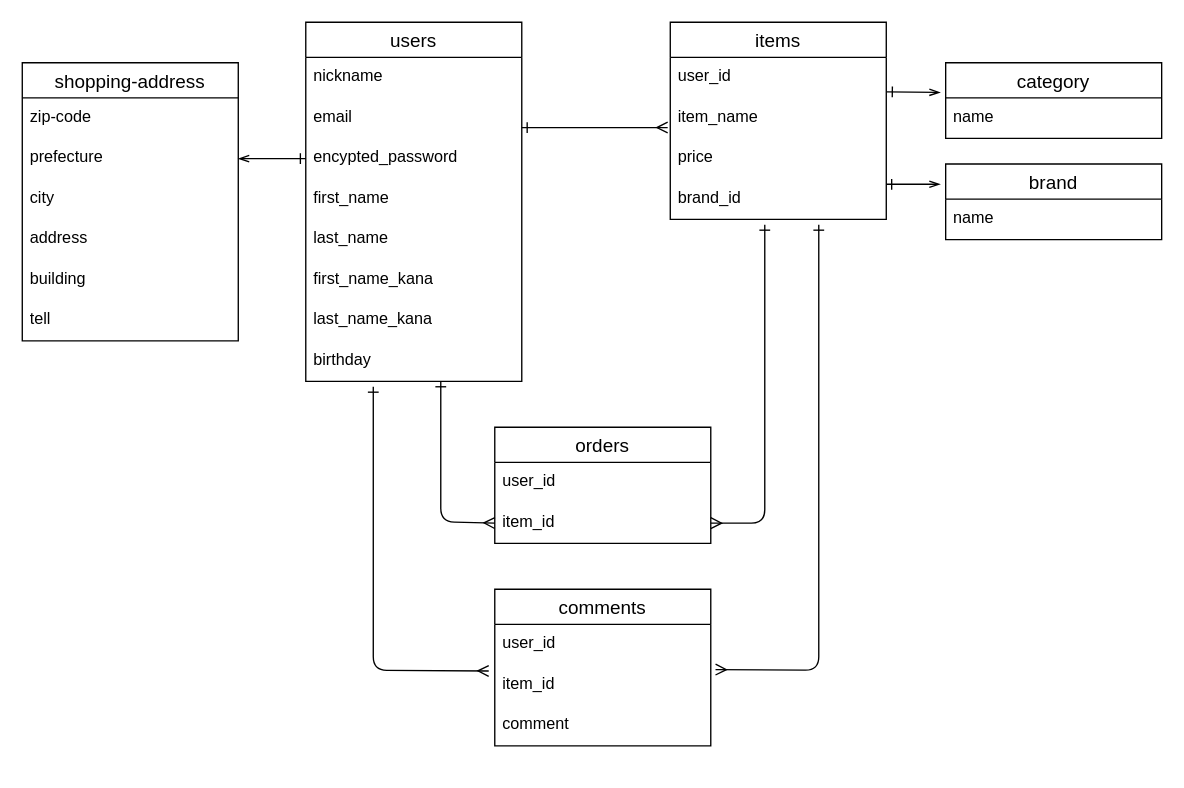
manami0624/furima-39355 keeps this draw.io diagram as test.dio. Above is the earlier version. Source tidied: cells renumbered, new cells numbered last; positions are measured from the earlier drawing's top-left corner, leaving out a move shared by most shapes. Both pictures are drawn from the tidied source at 135%, with x=0, y=0 at pixel (22, 22).
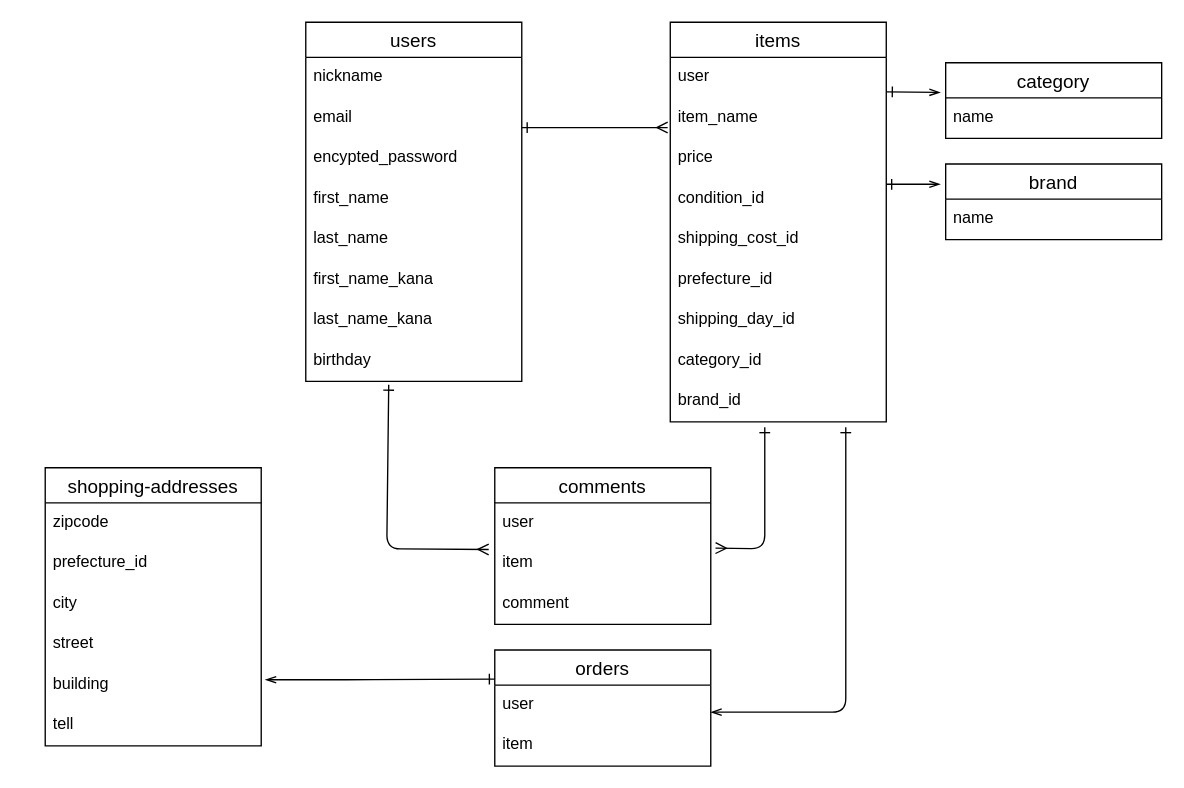
The same diagram, later.

Unchanged cells that the change refers to:
```xml
<mxCell id="21" value="encypted_password" style="text;strokeColor=none;fillColor=none;spacingLeft=4;spacingRight=4;overflow=hidden;points=[[0,0.5],[1,0.5]];portConstraint=eastwest;fontSize=12;" parent="18" vertex="1">
  <mxGeometry y="86" width="160" height="30" as="geometry" />
</mxCell>
<mxCell id="26" value="birthday" style="text;strokeColor=none;fillColor=none;spacingLeft=4;spacingRight=4;overflow=hidden;points=[[0,0.5],[1,0.5]];portConstraint=eastwest;fontSize=12;" parent="18" vertex="1">
  <mxGeometry y="236" width="160" height="30" as="geometry" />
</mxCell>
```

Change to the diagram source:
```diff
@@
-    <mxCell id="3" style="edgeStyle=none;html=1;endArrow=ERmany;endFill=0;startArrow=ERone;startFill=0;entryX=-0.028;entryY=0.15;entryDx=0;entryDy=0;entryPerimeter=0;" parent="1" edge="1" target="11">
+    <mxCell id="3" style="edgeStyle=none;html=1;endArrow=ERmany;endFill=0;startArrow=ERone;startFill=0;entryX=-0.028;entryY=0.15;entryDx=0;entryDy=0;entryPerimeter=0;exitX=0.384;exitY=1.083;exitDx=0;exitDy=0;exitPerimeter=0;" parent="1" edge="1" source="26" target="11">
       <mxGeometry relative="1" as="geometry">
-        <mxPoint x="260" y="270" as="sourcePoint" />
         <Array as="points">
-          <mxPoint x="260" y="480" />
+          <mxPoint x="270" y="390" />
         </Array>
       </mxGeometry>
     </mxCell>
@@
     <mxCell id="8" style="edgeStyle=none;html=1;startArrow=ERone;startFill=0;endArrow=ERmany;endFill=0;entryX=1.022;entryY=0.117;entryDx=0;entryDy=0;entryPerimeter=0;" parent="1" edge="1" target="11">
       <mxGeometry relative="1" as="geometry">
-        <mxPoint x="590" y="150" as="sourcePoint" />
+        <mxPoint x="550" y="300" as="sourcePoint" />
         <Array as="points">
-          <mxPoint x="590" y="480" />
+          <mxPoint x="550" y="390" />
         </Array>
       </mxGeometry>
     </mxCell>
     <mxCell id="9" value="comments" style="swimlane;fontStyle=0;horizontal=1;startSize=26;align=center;fontSize=14;" parent="1" vertex="1">
-      <mxGeometry x="350" y="420" width="160" height="116" as="geometry" />
+      <mxGeometry x="350" y="330" width="160" height="116" as="geometry" />
     </mxCell>
-    <mxCell id="10" value="user_id" style="text;strokeColor=none;fillColor=none;spacingLeft=4;spacingRight=4;overflow=hidden;fontSize=12;" parent="9" vertex="1">
+    <mxCell id="10" value="user" style="text;strokeColor=none;fillColor=none;spacingLeft=4;spacingRight=4;overflow=hidden;fontSize=12;" parent="9" vertex="1">
       <mxGeometry y="26" width="160" height="30" as="geometry" />
     </mxCell>
-    <mxCell id="11" value="item_id" style="text;strokeColor=none;fillColor=none;spacingLeft=4;spacingRight=4;overflow=hidden;points=[[0,0.5],[1,0.5]];portConstraint=eastwest;fontSize=12;" parent="9" vertex="1">
+    <mxCell id="11" value="item" style="text;strokeColor=none;fillColor=none;spacingLeft=4;spacingRight=4;overflow=hidden;points=[[0,0.5],[1,0.5]];portConstraint=eastwest;fontSize=12;" parent="9" vertex="1">
       <mxGeometry y="56" width="160" height="30" as="geometry" />
     </mxCell>
@@
     <mxCell id="13" value="items" style="swimlane;fontStyle=0;horizontal=1;startSize=26;align=center;fontSize=14;" parent="1" vertex="1">
-      <mxGeometry x="480" width="160" height="146" as="geometry" />
+      <mxGeometry x="480" width="160" height="296" as="geometry" />
     </mxCell>
-    <mxCell id="14" value="user_id" style="text;strokeColor=none;fillColor=none;spacingLeft=4;spacingRight=4;overflow=hidden;points=[[0,0.5],[1,0.5]];portConstraint=eastwest;fontSize=12;" parent="13" vertex="1">
+    <mxCell id="14" value="user" style="text;strokeColor=none;fillColor=none;spacingLeft=4;spacingRight=4;overflow=hidden;points=[[0,0.5],[1,0.5]];portConstraint=eastwest;fontSize=12;" parent="13" vertex="1">
       <mxGeometry y="26" width="160" height="30" as="geometry" />
     </mxCell>
@@
+    <mxCell id="42" value="condition_id" style="text;strokeColor=none;fillColor=none;spacingLeft=4;spacingRight=4;overflow=hidden;fontSize=12;" parent="13" vertex="1">
+      <mxGeometry y="116" width="160" height="30" as="geometry" />
+    </mxCell>
+    <mxCell id="43" value="shipping_cost_id" style="text;strokeColor=none;fillColor=none;spacingLeft=4;spacingRight=4;overflow=hidden;fontSize=12;" parent="13" vertex="1">
+      <mxGeometry y="146" width="160" height="30" as="geometry" />
+    </mxCell>
+    <mxCell id="44" value="prefecture_id" style="text;strokeColor=none;fillColor=none;spacingLeft=4;spacingRight=4;overflow=hidden;fontSize=12;" parent="13" vertex="1">
+      <mxGeometry y="176" width="160" height="30" as="geometry" />
+    </mxCell>
+    <mxCell id="45" value="shipping_day_id" style="text;strokeColor=none;fillColor=none;spacingLeft=4;spacingRight=4;overflow=hidden;fontSize=12;" parent="13" vertex="1">
+      <mxGeometry y="206" width="160" height="30" as="geometry" />
+    </mxCell>
-    <mxCell id="17" value="brand_id" style="text;strokeColor=none;fillColor=none;spacingLeft=4;spacingRight=4;overflow=hidden;fontSize=12;" parent="13" vertex="1">
-      <mxGeometry y="116" width="160" height="30" as="geometry" />
+    <mxCell id="17" value="category_id" style="text;strokeColor=none;fillColor=none;spacingLeft=4;spacingRight=4;overflow=hidden;fontSize=12;" parent="13" vertex="1">
+      <mxGeometry y="236" width="160" height="30" as="geometry" />
     </mxCell>
+    <mxCell id="46" value="brand_id" style="text;strokeColor=none;fillColor=none;spacingLeft=4;spacingRight=4;overflow=hidden;fontSize=12;" parent="13" vertex="1">
+      <mxGeometry y="266" width="160" height="30" as="geometry" />
+    </mxCell>
@@
     <mxCell id="27" value="orders" style="swimlane;fontStyle=0;horizontal=1;startSize=26;align=center;fontSize=14;" parent="1" vertex="1">
-      <mxGeometry x="350" y="300" width="160" height="86" as="geometry" />
+      <mxGeometry x="350" y="465" width="160" height="86" as="geometry" />
     </mxCell>
-    <mxCell id="28" value="user_id" style="text;strokeColor=none;fillColor=none;spacingLeft=4;spacingRight=4;overflow=hidden;fontSize=12;" parent="27" vertex="1">
-      <mxGeometry y="26" width="160" height="30" as="geometry" />
-    </mxCell>
+    <mxCell id="47" value="user" style="text;strokeColor=none;fillColor=none;spacingLeft=4;spacingRight=4;overflow=hidden;fontSize=12;" parent="27" vertex="1">
+      <mxGeometry y="26" width="160" height="30" as="geometry" />
+    </mxCell>
-    <mxCell id="29" value="item_id" style="text;strokeColor=none;fillColor=none;spacingLeft=4;spacingRight=4;overflow=hidden;points=[[0,0.5],[1,0.5]];portConstraint=eastwest;fontSize=12;" parent="27" vertex="1">
+    <mxCell id="29" value="item" style="text;strokeColor=none;fillColor=none;spacingLeft=4;spacingRight=4;overflow=hidden;points=[[0,0.5],[1,0.5]];portConstraint=eastwest;fontSize=12;" parent="27" vertex="1">
       <mxGeometry y="56" width="160" height="30" as="geometry" />
     </mxCell>
-    <mxCell id="30" value="shopping-address" style="swimlane;fontStyle=0;horizontal=1;startSize=26;align=center;fontSize=14;" parent="1" vertex="1">
-      <mxGeometry y="30" width="160" height="206" as="geometry" />
+    <mxCell id="30" value="shopping-addresses" style="swimlane;fontStyle=0;horizontal=1;startSize=26;align=center;fontSize=14;" parent="1" vertex="1">
+      <mxGeometry x="17" y="330" width="160" height="206" as="geometry" />
     </mxCell>
-    <mxCell id="31" value="zip-code" style="text;strokeColor=none;fillColor=none;spacingLeft=4;spacingRight=4;overflow=hidden;fontSize=12;" parent="30" vertex="1">
+    <mxCell id="31" value="zipcode" style="text;strokeColor=none;fillColor=none;spacingLeft=4;spacingRight=4;overflow=hidden;fontSize=12;" parent="30" vertex="1">
       <mxGeometry y="26" width="160" height="30" as="geometry" />
     </mxCell>
-    <mxCell id="32" value="prefecture" style="text;strokeColor=none;fillColor=none;spacingLeft=4;spacingRight=4;overflow=hidden;points=[[0,0.5],[1,0.5]];portConstraint=eastwest;fontSize=12;" parent="30" vertex="1">
+    <mxCell id="32" value="prefecture_id" style="text;strokeColor=none;fillColor=none;spacingLeft=4;spacingRight=4;overflow=hidden;points=[[0,0.5],[1,0.5]];portConstraint=eastwest;fontSize=12;" parent="30" vertex="1">
       <mxGeometry y="56" width="160" height="30" as="geometry" />
     </mxCell>
@@
-    <mxCell id="34" value="address" style="text;strokeColor=none;fillColor=none;spacingLeft=4;spacingRight=4;overflow=hidden;fontSize=12;" parent="30" vertex="1">
+    <mxCell id="34" value="street" style="text;strokeColor=none;fillColor=none;spacingLeft=4;spacingRight=4;overflow=hidden;fontSize=12;" parent="30" vertex="1">
       <mxGeometry y="116" width="160" height="30" as="geometry" />
     </mxCell>
@@
-    <mxCell id="37" style="edgeStyle=none;html=1;exitX=0;exitY=0.5;exitDx=0;exitDy=0;entryX=1;entryY=0.5;entryDx=0;entryDy=0;endArrow=openThin;endFill=0;startArrow=ERone;startFill=0;" parent="1" edge="1" source="21" target="32">
-      <mxGeometry relative="1" as="geometry" />
-    </mxCell>
-    <mxCell id="38" style="edgeStyle=none;html=1;endArrow=ERmany;endFill=0;startArrow=ERone;startFill=0;entryX=0;entryY=0.5;entryDx=0;entryDy=0;" parent="1" edge="1" target="29">
-      <mxGeometry relative="1" as="geometry">
-        <mxPoint x="310" y="266" as="sourcePoint" />
-        <Array as="points">
-          <mxPoint x="310" y="370" />
-        </Array>
-      </mxGeometry>
-    </mxCell>
-    <mxCell id="39" style="edgeStyle=none;html=1;startArrow=ERone;startFill=0;endArrow=ERmany;endFill=0;entryX=1;entryY=0.5;entryDx=0;entryDy=0;" parent="1" edge="1" target="29">
+    <mxCell id="39" style="edgeStyle=none;html=1;startArrow=ERone;startFill=0;endArrow=openThin;endFill=0;entryX=1;entryY=0.5;entryDx=0;entryDy=0;" parent="1" edge="1">
       <mxGeometry relative="1" as="geometry">
-        <mxPoint x="550" y="150" as="sourcePoint" />
+        <mxPoint x="610" y="300" as="sourcePoint" />
+        <mxPoint x="510" y="511" as="targetPoint" />
         <Array as="points">
-          <mxPoint x="550" y="371" />
+          <mxPoint x="610" y="511" />
         </Array>
       </mxGeometry>
     </mxCell>
@@
+    <mxCell id="48" style="edgeStyle=none;html=1;startArrow=ERone;startFill=0;endArrow=openThin;endFill=0;exitX=0;exitY=0.25;exitDx=0;exitDy=0;" parent="1" edge="1" source="27">
+      <mxGeometry relative="1" as="geometry">
+        <mxPoint x="180" y="487" as="targetPoint" />
+        <Array as="points">
+          <mxPoint x="250" y="487" />
+        </Array>
+      </mxGeometry>
+    </mxCell>
```
